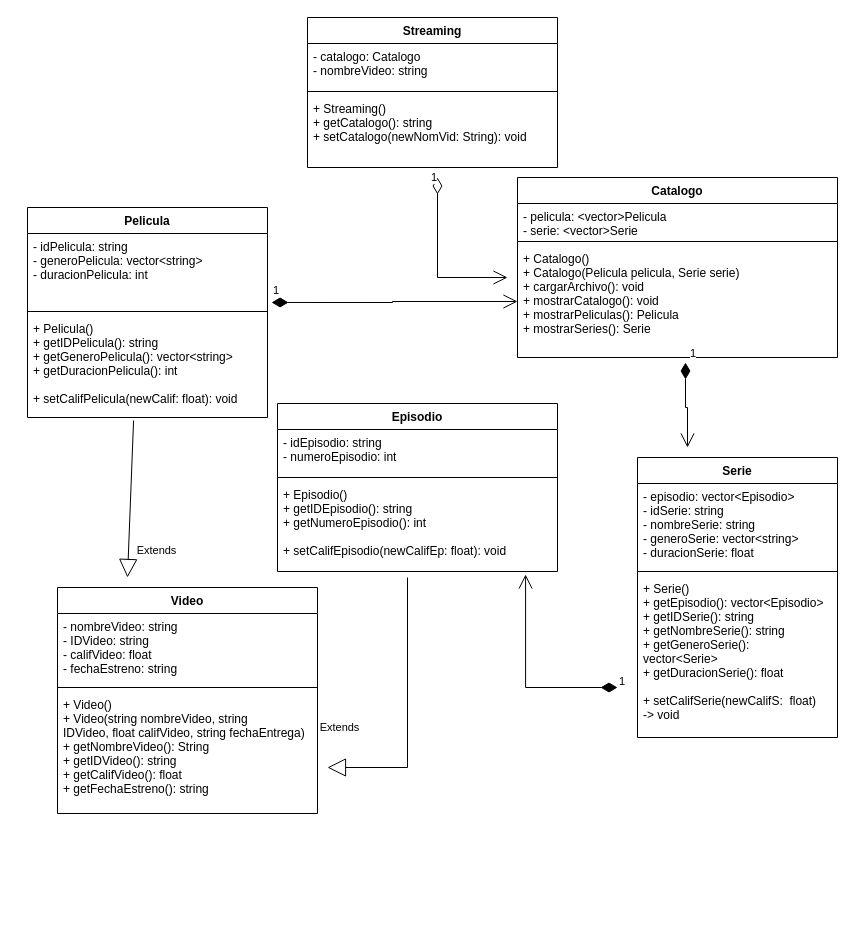
Earlier version of the draw.io diagram DiagramaHerencia.drawio (FJ22-TC1030/proyectointegrador-a01754574). Source tidied: cells renumbered, new cells numbered last; positions are measured from the earlier drawing's top-left corner, leaving out a move shared by most shapes. Both pictures are drawn from the tidied source at 100%, with x=0, y=0 at pixel (27, 17).
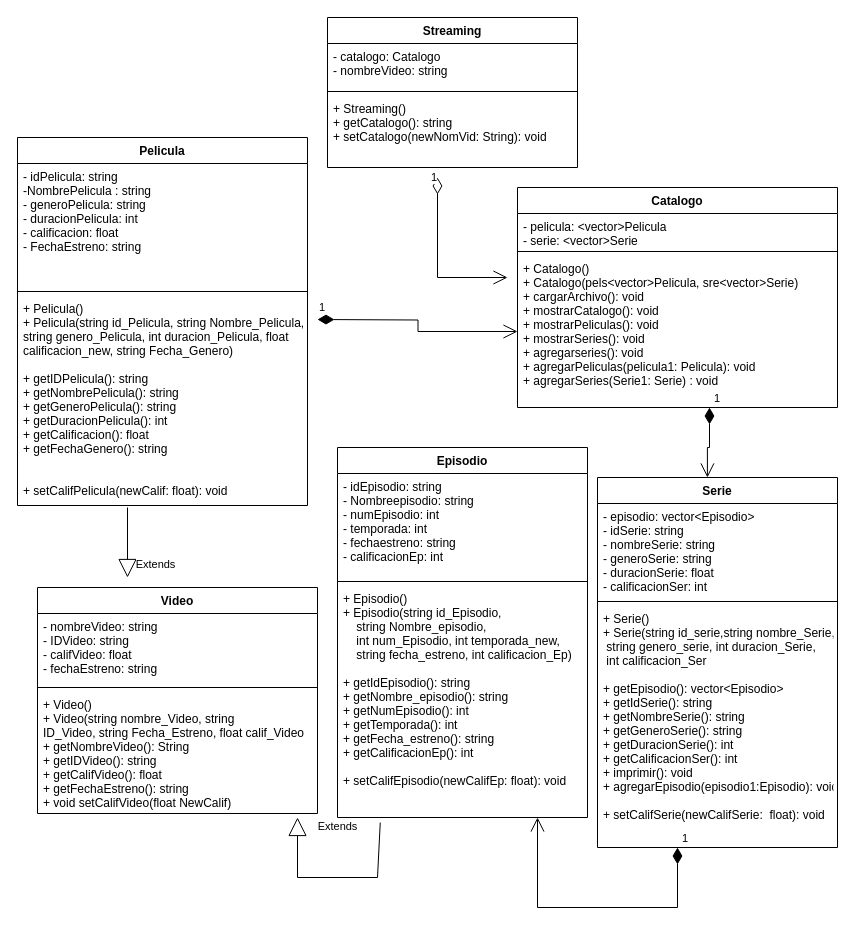
Above is the later version.

Change to the diagram source:
```diff
@@
     <mxCell id="2" value="Streaming" style="swimlane;fontStyle=1;align=center;verticalAlign=top;horizontal=1;startSize=26;" parent="1" vertex="1">
-      <mxGeometry x="280" width="250" height="150" as="geometry" />
+      <mxGeometry x="300" width="250" height="150" as="geometry" />
     </mxCell>
@@
     <mxCell id="6" value="Pelicula" style="swimlane;fontStyle=1;align=center;verticalAlign=top;horizontal=1;startSize=26;" parent="1" vertex="1">
-      <mxGeometry y="190" width="240" height="210" as="geometry" />
+      <mxGeometry x="-10" y="120" width="290" height="368" as="geometry" />
     </mxCell>
-    <mxCell id="7" value="- idPelicula: string&#10;- generoPelicula: vector&lt;string&gt;&#10;- duracionPelicula: int&#10;" style="text;strokeColor=none;fillColor=none;align=left;verticalAlign=top;spacingLeft=4;spacingRight=4;overflow=hidden;points=[[0,0.5],[1,0.5]];portConstraint=eastwest;" parent="6" vertex="1">
-      <mxGeometry y="26" width="240" height="74" as="geometry" />
+    <mxCell id="7" value="- idPelicula: string&#10;-NombrePelicula : string&#10;- generoPelicula: string&#10;- duracionPelicula: int&#10;- calificacion: float&#10;- FechaEstreno: string&#10;" style="text;strokeColor=none;fillColor=none;align=left;verticalAlign=top;spacingLeft=4;spacingRight=4;overflow=hidden;points=[[0,0.5],[1,0.5]];portConstraint=eastwest;" parent="6" vertex="1">
+      <mxGeometry y="26" width="290" height="124" as="geometry" />
     </mxCell>
     <mxCell id="8" style="line;strokeWidth=1;fillColor=none;align=left;verticalAlign=middle;spacingTop=-1;spacingLeft=3;spacingRight=3;labelPosition=right;" parent="6" vertex="1">
-      <mxGeometry y="100" width="240" height="8" as="geometry" />
+      <mxGeometry y="150" width="290" height="8" as="geometry" />
     </mxCell>
-    <mxCell id="9" value="+ Pelicula()&#10;+ getIDPelicula(): string&#10;+ getGeneroPelicula(): vector&lt;string&gt;&#10;+ getDuracionPelicula(): int&#10;&#10;+ setCalifPelicula(newCalif: float): void&#10;&#10;" style="text;strokeColor=none;fillColor=none;align=left;verticalAlign=top;spacingLeft=4;spacingRight=4;overflow=hidden;points=[[0,0.5],[1,0.5]];portConstraint=eastwest;" parent="6" vertex="1">
-      <mxGeometry y="108" width="240" height="102" as="geometry" />
+    <mxCell id="9" value="+ Pelicula()&#10;+ Pelicula(string id_Pelicula, string Nombre_Pelicula,&#10;string genero_Pelicula, int duracion_Pelicula, float&#10;calificacion_new, string Fecha_Genero)&#10;&#10;+ getIDPelicula(): string&#10;+ getNombrePelicula(): string&#10;+ getGeneroPelicula(): string&#10;+ getDuracionPelicula(): int&#10;+ getCalificacion(): float&#10;+ getFechaGenero(): string&#10;&#10;&#10;+ setCalifPelicula(newCalif: float): void&#10;&#10;" style="text;strokeColor=none;fillColor=none;align=left;verticalAlign=top;spacingLeft=4;spacingRight=4;overflow=hidden;points=[[0,0.5],[1,0.5]];portConstraint=eastwest;" parent="6" vertex="1">
+      <mxGeometry y="158" width="290" height="210" as="geometry" />
     </mxCell>
     <mxCell id="10" value="Catalogo" style="swimlane;fontStyle=1;align=center;verticalAlign=top;horizontal=1;startSize=26;" parent="1" vertex="1">
-      <mxGeometry x="490" y="160" width="320" height="180" as="geometry" />
+      <mxGeometry x="490" y="170" width="320" height="220" as="geometry" />
     </mxCell>
@@
-    <mxCell id="13" value="+ Catalogo()&#10;+ Catalogo(Pelicula pelicula, Serie serie)&#10;+ cargarArchivo(): void&#10;+ mostrarCatalogo(): void&#10;+ mostrarPeliculas(): Pelicula&#10;+ mostrarSeries(): Serie" style="text;strokeColor=none;fillColor=none;align=left;verticalAlign=top;spacingLeft=4;spacingRight=4;overflow=hidden;points=[[0,0.5],[1,0.5]];portConstraint=eastwest;" parent="10" vertex="1">
-      <mxGeometry y="68" width="320" height="112" as="geometry" />
+    <mxCell id="13" value="+ Catalogo()&#10;+ Catalogo(pels&lt;vector&gt;Pelicula, sre&lt;vector&gt;Serie)&#10;+ cargarArchivo(): void&#10;+ mostrarCatalogo(): void&#10;+ mostrarPeliculas(): void&#10;+ mostrarSeries(): void&#10;+ agregarseries(): void&#10;+ agregarPeliculas(pelicula1: Pelicula): void&#10;+ agregarSeries(Serie1: Serie) : void" style="text;strokeColor=none;fillColor=none;align=left;verticalAlign=top;spacingLeft=4;spacingRight=4;overflow=hidden;points=[[0,0.5],[1,0.5]];portConstraint=eastwest;" parent="10" vertex="1">
+      <mxGeometry y="68" width="320" height="152" as="geometry" />
     </mxCell>
     <mxCell id="14" value="Episodio" style="swimlane;fontStyle=1;align=center;verticalAlign=top;horizontal=1;startSize=26;" parent="1" vertex="1">
-      <mxGeometry x="250" y="386" width="280" height="168" as="geometry" />
+      <mxGeometry x="310" y="430" width="250" height="370" as="geometry" />
     </mxCell>
-    <mxCell id="15" value="- idEpisodio: string&#10;- numeroEpisodio: int&#10;" style="text;strokeColor=none;fillColor=none;align=left;verticalAlign=top;spacingLeft=4;spacingRight=4;overflow=hidden;" parent="14" vertex="1">
-      <mxGeometry y="26" width="280" height="44" as="geometry" />
+    <mxCell id="15" value="- idEpisodio: string&#10;- Nombreepisodio: string&#10;- numEpisodio: int&#10;- temporada: int&#10;- fechaestreno: string&#10;- calificacionEp: int&#10;" style="text;strokeColor=none;fillColor=none;align=left;verticalAlign=top;spacingLeft=4;spacingRight=4;overflow=hidden;" parent="14" vertex="1">
+      <mxGeometry y="26" width="250" height="104" as="geometry" />
     </mxCell>
     <mxCell id="16" style="line;strokeWidth=1;fillColor=none;align=left;verticalAlign=middle;spacingTop=-1;spacingLeft=3;spacingRight=3;labelPosition=right;" parent="14" vertex="1">
-      <mxGeometry y="70" width="280" height="8" as="geometry" />
+      <mxGeometry y="130" width="250" height="8" as="geometry" />
     </mxCell>
-    <mxCell id="17" value="+ Episodio()&#10;+ getIDEpisodio(): string&#10;+ getNumeroEpisodio(): int&#10;&#10;+ setCalifEpisodio(newCalifEp: float): void" style="text;strokeColor=none;fillColor=none;align=left;verticalAlign=top;spacingLeft=4;spacingRight=4;overflow=hidden;points=[[0,0.5],[1,0.5]];portConstraint=eastwest;" parent="14" vertex="1">
-      <mxGeometry y="78" width="280" height="90" as="geometry" />
+    <mxCell id="17" value="+ Episodio()&#10;+ Episodio(string id_Episodio, &#10;    string Nombre_episodio,&#10;    int num_Episodio, int temporada_new, &#10;    string fecha_estreno, int calificacion_Ep)&#10;&#10;+ getIdEpisodio(): string&#10;+ getNombre_episodio(): string&#10;+ getNumEpisodio(): int&#10;+ getTemporada(): int&#10;+ getFecha_estreno(): string&#10;+ getCalificacionEp(): int&#10;&#10;+ setCalifEpisodio(newCalifEp: float): void" style="text;strokeColor=none;fillColor=none;align=left;verticalAlign=top;spacingLeft=4;spacingRight=4;overflow=hidden;points=[[0,0.5],[1,0.5]];portConstraint=eastwest;" parent="14" vertex="1">
+      <mxGeometry y="138" width="250" height="232" as="geometry" />
     </mxCell>
     <mxCell id="18" value="Serie" style="swimlane;fontStyle=1;align=center;verticalAlign=top;horizontal=1;startSize=26;" parent="1" vertex="1">
-      <mxGeometry x="610" y="440" width="200" height="280" as="geometry" />
+      <mxGeometry x="570" y="460" width="240" height="370" as="geometry" />
     </mxCell>
-    <mxCell id="19" value="- episodio: vector&lt;Episodio&gt;&#10;- idSerie: string&#10;- nombreSerie: string&#10;- generoSerie: vector&lt;string&gt;&#10;- duracionSerie: float" style="text;strokeColor=none;fillColor=none;align=left;verticalAlign=top;spacingLeft=4;spacingRight=4;overflow=hidden;" parent="18" vertex="1">
-      <mxGeometry y="26" width="200" height="84" as="geometry" />
+    <mxCell id="19" value="- episodio: vector&lt;Episodio&gt;&#10;- idSerie: string&#10;- nombreSerie: string&#10;- generoSerie: string&#10;- duracionSerie: float&#10;- calificacionSer: int" style="text;strokeColor=none;fillColor=none;align=left;verticalAlign=top;spacingLeft=4;spacingRight=4;overflow=hidden;" parent="18" vertex="1">
+      <mxGeometry y="26" width="240" height="94" as="geometry" />
     </mxCell>
     <mxCell id="20" style="line;strokeWidth=1;fillColor=none;align=left;verticalAlign=middle;spacingTop=-1;spacingLeft=3;spacingRight=3;labelPosition=right;" parent="18" vertex="1">
-      <mxGeometry y="110" width="200" height="8" as="geometry" />
+      <mxGeometry y="120" width="240" height="8" as="geometry" />
     </mxCell>
-    <mxCell id="21" value="+ Serie()&#10;+ getEpisodio(): vector&lt;Episodio&gt;&#10;+ getIDSerie(): string&#10;+ getNombreSerie(): string&#10;+ getGeneroSerie():&#10;vector&lt;Serie&gt;&#10;+ getDuracionSerie(): float&#10;&#10;+ setCalifSerie(newCalifS:  float) &#10;-&gt; void&#10;&#10;" style="text;strokeColor=none;fillColor=none;align=left;verticalAlign=top;spacingLeft=4;spacingRight=4;overflow=hidden;" parent="18" vertex="1">
-      <mxGeometry y="118" width="200" height="162" as="geometry" />
+    <mxCell id="21" value="+ Serie()&#10;+ Serie(string id_serie,string nombre_Serie,&#10; string genero_serie, int duracion_Serie, &#10; int calificacion_Ser&#10;&#10;+ getEpisodio(): vector&lt;Episodio&gt;&#10;+ getIdSerie(): string&#10;+ getNombreSerie(): string&#10;+ getGeneroSerie(): string&#10;+ getDuracionSerie(): int&#10;+ getCalificacionSer(): int&#10;+ imprimir(): void&#10;+ agregarEpisodio(episodio1:Episodio): void&#10;&#10;+ setCalifSerie(newCalifSerie:  float): void&#10;" style="text;strokeColor=none;fillColor=none;align=left;verticalAlign=top;spacingLeft=4;spacingRight=4;overflow=hidden;" parent="18" vertex="1">
+      <mxGeometry y="128" width="240" height="242" as="geometry" />
     </mxCell>
@@
     <mxCell id="23" value="Video" style="swimlane;fontStyle=1;align=center;verticalAlign=top;horizontal=1;startSize=26;" parent="1" vertex="1">
-      <mxGeometry x="30" y="570" width="260" height="226" as="geometry" />
+      <mxGeometry x="10" y="570" width="280" height="226" as="geometry" />
     </mxCell>
     <mxCell id="24" value="- nombreVideo: string&#10;- IDVideo: string&#10;- califVideo: float&#10;- fechaEstreno: string" style="text;strokeColor=none;fillColor=none;align=left;verticalAlign=top;spacingLeft=4;spacingRight=4;overflow=hidden;" parent="23" vertex="1">
-      <mxGeometry y="26" width="260" height="70" as="geometry" />
+      <mxGeometry y="26" width="280" height="70" as="geometry" />
     </mxCell>
     <mxCell id="25" style="line;strokeWidth=1;fillColor=none;align=left;verticalAlign=middle;spacingTop=-1;spacingLeft=3;spacingRight=3;labelPosition=right;" parent="23" vertex="1">
-      <mxGeometry y="96" width="260" height="8" as="geometry" />
+      <mxGeometry y="96" width="280" height="8" as="geometry" />
     </mxCell>
-    <mxCell id="26" value="+ Video()&#10;+ Video(string nombreVideo, string&#10;IDVideo, float califVideo, string fechaEntrega) &#10;+ getNombreVideo(): String&#10;+ getIDVideo(): string&#10;+ getCalifVideo(): float&#10;+ getFechaEstreno(): string" style="text;strokeColor=none;fillColor=none;align=left;verticalAlign=top;spacingLeft=4;spacingRight=4;overflow=hidden;" parent="23" vertex="1">
-      <mxGeometry y="104" width="260" height="122" as="geometry" />
+    <mxCell id="26" value="+ Video()&#10;+ Video(string nombre_Video, string&#10;ID_Video, string Fecha_Estreno, float calif_Video &#10;+ getNombreVideo(): String&#10;+ getIDVideo(): string&#10;+ getCalifVideo(): float&#10;+ getFechaEstreno(): string&#10;+ void setCalifVideo(float NewCalif)" style="text;strokeColor=none;fillColor=none;align=left;verticalAlign=top;spacingLeft=4;spacingRight=4;overflow=hidden;" parent="23" vertex="1">
+      <mxGeometry y="104" width="280" height="122" as="geometry" />
     </mxCell>
-    <mxCell id="27" value="1" style="endArrow=open;html=1;endSize=12;startArrow=diamondThin;startSize=14;startFill=1;edgeStyle=orthogonalEdgeStyle;align=left;verticalAlign=bottom;rounded=0;entryX=0;entryY=0.5;entryDx=0;entryDy=0;exitX=1.017;exitY=0.932;exitDx=0;exitDy=0;exitPerimeter=0;" parent="1" edge="1" source="7" target="13">
-      <mxGeometry x="-1" y="3" relative="1" as="geometry" />
+    <mxCell id="27" value="1" style="endArrow=open;html=1;endSize=12;startArrow=diamondThin;startSize=14;startFill=1;edgeStyle=orthogonalEdgeStyle;align=left;verticalAlign=bottom;rounded=0;entryX=0;entryY=0.5;entryDx=0;entryDy=0;" parent="1" edge="1" target="13">
+      <mxGeometry x="-1" y="3" relative="1" as="geometry">
+        <mxPoint x="290" y="302" as="sourcePoint" />
+      </mxGeometry>
     </mxCell>
-    <mxCell id="28" value="1" style="endArrow=open;html=1;endSize=12;startArrow=diamondThin;startSize=14;startFill=1;edgeStyle=orthogonalEdgeStyle;align=left;verticalAlign=bottom;rounded=0;entryX=0.886;entryY=1.033;entryDx=0;entryDy=0;entryPerimeter=0;" parent="1" edge="1" target="17">
+    <mxCell id="28" value="1" style="endArrow=open;html=1;endSize=12;startArrow=diamondThin;startSize=14;startFill=1;edgeStyle=orthogonalEdgeStyle;align=left;verticalAlign=bottom;rounded=0;" parent="1" edge="1" target="17">
       <mxGeometry x="-1" y="3" relative="1" as="geometry">
-        <mxPoint x="590" y="670" as="sourcePoint" />
+        <mxPoint x="650" y="830" as="sourcePoint" />
         <Array as="points">
-          <mxPoint x="498" y="670" />
+          <mxPoint x="650" y="890" />
+          <mxPoint x="510" y="890" />
         </Array>
       </mxGeometry>
     </mxCell>
-    <mxCell id="29" value="1" style="endArrow=open;html=1;endSize=12;startArrow=diamondThin;startSize=14;startFill=1;edgeStyle=orthogonalEdgeStyle;align=left;verticalAlign=bottom;rounded=0;exitX=0.525;exitY=1.045;exitDx=0;exitDy=0;exitPerimeter=0;" parent="1" edge="1" source="13">
+    <mxCell id="29" value="1" style="endArrow=open;html=1;endSize=12;startArrow=diamondThin;startSize=14;startFill=1;edgeStyle=orthogonalEdgeStyle;align=left;verticalAlign=bottom;rounded=0;entryX=0.458;entryY=0;entryDx=0;entryDy=0;entryPerimeter=0;" parent="1" edge="1" target="18">
       <mxGeometry x="-1" y="3" relative="1" as="geometry">
-        <mxPoint x="660" y="430" as="targetPoint" />
+        <mxPoint x="682" y="390" as="sourcePoint" />
         <Array as="points">
-          <mxPoint x="658" y="390" />
-          <mxPoint x="660" y="390" />
+          <mxPoint x="682" y="430" />
+          <mxPoint x="680" y="430" />
         </Array>
       </mxGeometry>
     </mxCell>
-    <mxCell id="30" value="Extends" style="endArrow=block;endSize=16;endFill=0;html=1;rounded=0;" parent="1" edge="1">
+    <mxCell id="30" value="Extends" style="endArrow=block;endSize=16;endFill=0;html=1;rounded=0;exitX=0.171;exitY=1.022;exitDx=0;exitDy=0;exitPerimeter=0;" parent="1" edge="1" source="17">
       <mxGeometry x="0.91" y="-40" relative="1" as="geometry">
-        <mxPoint x="380" y="560" as="sourcePoint" />
-        <mxPoint x="300" y="750" as="targetPoint" />
+        <mxPoint x="270" y="800" as="targetPoint" />
         <Array as="points">
-          <mxPoint x="380" y="750" />
+          <mxPoint x="350" y="860" />
+          <mxPoint x="270" y="860" />
         </Array>
       </mxGeometry>
     </mxCell>
-    <mxCell id="31" value="Extends" style="endArrow=block;endSize=16;endFill=0;html=1;rounded=0;exitX=0.442;exitY=1.029;exitDx=0;exitDy=0;exitPerimeter=0;" parent="1" edge="1" source="9">
+    <mxCell id="31" value="Extends" style="endArrow=block;endSize=16;endFill=0;html=1;rounded=0;" parent="1" edge="1">
       <mxGeometry x="0.64" y="28" relative="1" as="geometry">
+        <mxPoint x="100" y="490" as="sourcePoint" />
         <mxPoint x="100" y="560" as="targetPoint" />
       </mxGeometry>
     </mxCell>
```
